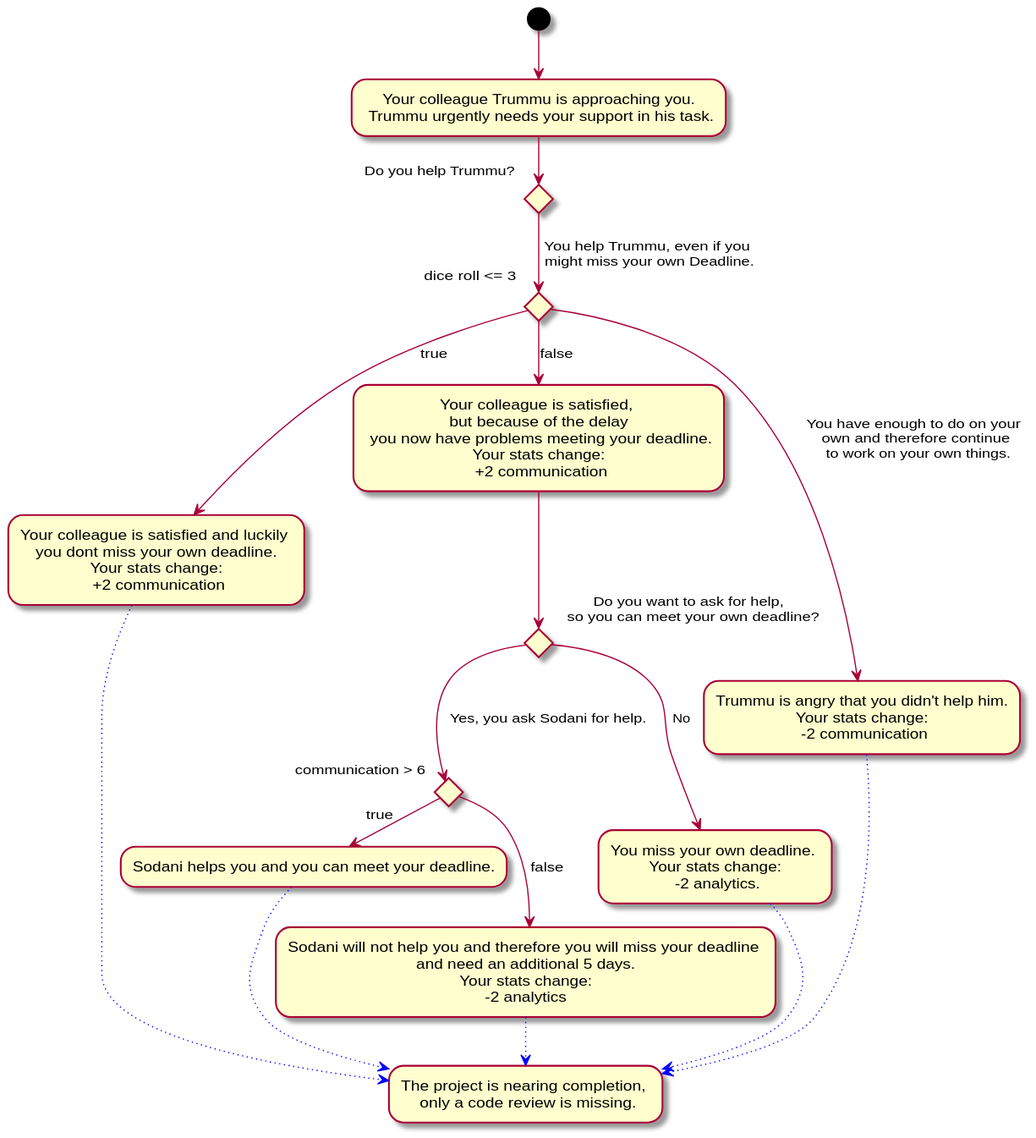
Above: Docs/Technical Specifications/docs/diagrams/StoryFlow/StoryFlow_Decision_13.svg in Brotenko/QualityQuest (PlantUML), before the change. Source of this version:
```plantuml
@startuml
(*) --> "Your colleague Trummu is approaching you.\n Trummu urgently needs your support in his task."
if "Do you help Trummu?" then
--> [You help Trummu, even if you\n might miss your own Deadline.] if "dice roll <= 3" then
--> [true] "Your colleague is satisfied and luckily \n you dont miss your own deadline. \n Your stats change: \n +2 communication" as helpNoProblem
else
--> [false] "Your colleague is satisfied, \n but because of the delay \n you now have problems meeting your deadline.\n Your stats change: \n +2 communication"
if "Do you want to ask for help, \n so you can meet your own deadline?" then
--> [No] "You miss your own deadline. \n Your stats change: \n -2 analytics." as alone
else
--> [Yes, you ask Sodani for help.]if "communication > 6" then

-right-> [true] "Sodani helps you and you can meet your deadline." as getHelp
else
else
--> [false] "Sodani will not help you and therefore you will miss your deadline \n and need an additional 5 days. \n Your stats change: \n-2 analytics"
-[#blue,dotted]-> "The project is nearing completion, \n only a code review is missing." as ende
endif
endif
else
--> [You have enough to do on your \n own and therefore continue \n to work on your own things.] "Trummu is angry that you didn't help him.\n Your stats change: \n -2 communication" as noHelp
endif
alone -[#blue,dotted]-> ende
helpNoProblem -[#blue,dotted]-> ende
getHelp -[#blue,dotted]-> ende
noHelp -[#blue,dotted]-> ende
@enduml
```
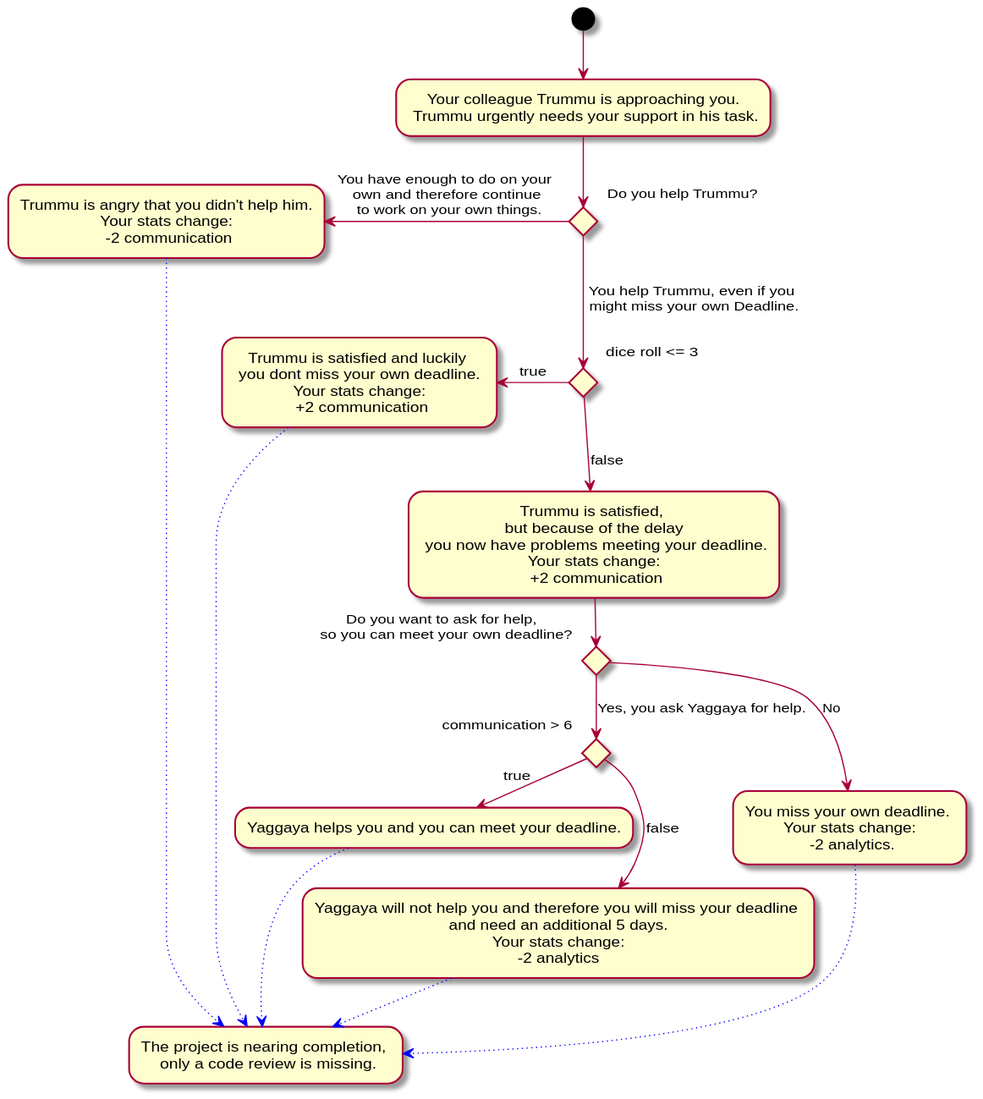
Above is the later version.

Diff of the diagram source:
```diff
@@ -2,26 +2,27 @@
 (*) --> "Your colleague Trummu is approaching you.\n Trummu urgently needs your support in his task."
 if "Do you help Trummu?" then
 --> [You help Trummu, even if you\n might miss your own Deadline.] if "dice roll <= 3" then
---> [true] "Your colleague is satisfied and luckily \n you dont miss your own deadline. \n Your stats change: \n +2 communication" as helpNoProblem
+-left-> [true] "Trummu is satisfied and luckily \n you dont miss your own deadline. \n Your stats change: \n +2 communication" as helpNoProblem
 else
---> [false] "Your colleague is satisfied, \n but because of the delay \n you now have problems meeting your deadline.\n Your stats change: \n +2 communication"
+--> [false] "Trummu is satisfied, \n but because of the delay \n you now have problems meeting your deadline.\n Your stats change: \n +2 communication"
 if "Do you want to ask for help, \n so you can meet your own deadline?" then
 --> [No] "You miss your own deadline. \n Your stats change: \n -2 analytics." as alone
+
 else
---> [Yes, you ask Sodani for help.]if "communication > 6" then
+--> [Yes, you ask Yaggaya for help.]if "communication > 6" then
+-right-> [true] "Yaggaya helps you and you can meet your deadline." as getHelp
 
--right-> [true] "Sodani helps you and you can meet your deadline." as getHelp
 else
-else
---> [false] "Sodani will not help you and therefore you will miss your deadline \n and need an additional 5 days. \n Your stats change: \n-2 analytics"
--[#blue,dotted]-> "The project is nearing completion, \n only a code review is missing." as ende
+--> [false] "Yaggaya will not help you and therefore you will miss your deadline \n and need an additional 5 days. \n Your stats change: \n-2 analytics"
+-[#blue,dotted]-> "The project is nearing completion, \n only a code review is missing." as nextDecision
+endif
 endif
 endif
 else
---> [You have enough to do on your \n own and therefore continue \n to work on your own things.] "Trummu is angry that you didn't help him.\n Your stats change: \n -2 communication" as noHelp
-endif
-alone -[#blue,dotted]-> ende
-helpNoProblem -[#blue,dotted]-> ende
-getHelp -[#blue,dotted]-> ende
-noHelp -[#blue,dotted]-> ende
+-left-> [You have enough to do on your \n own and therefore continue \n to work on your own things.] "Trummu is angry that you didn't help him.\n Your stats change: \n -2 communication" as noHelp
+
+alone -[#blue,dotted]-> nextDecision
+helpNoProblem -[#blue,dotted]-> nextDecision
+getHelp -[#blue,dotted]-> nextDecision
+noHelp -[#blue,dotted]-> nextDecision
 @enduml
```
